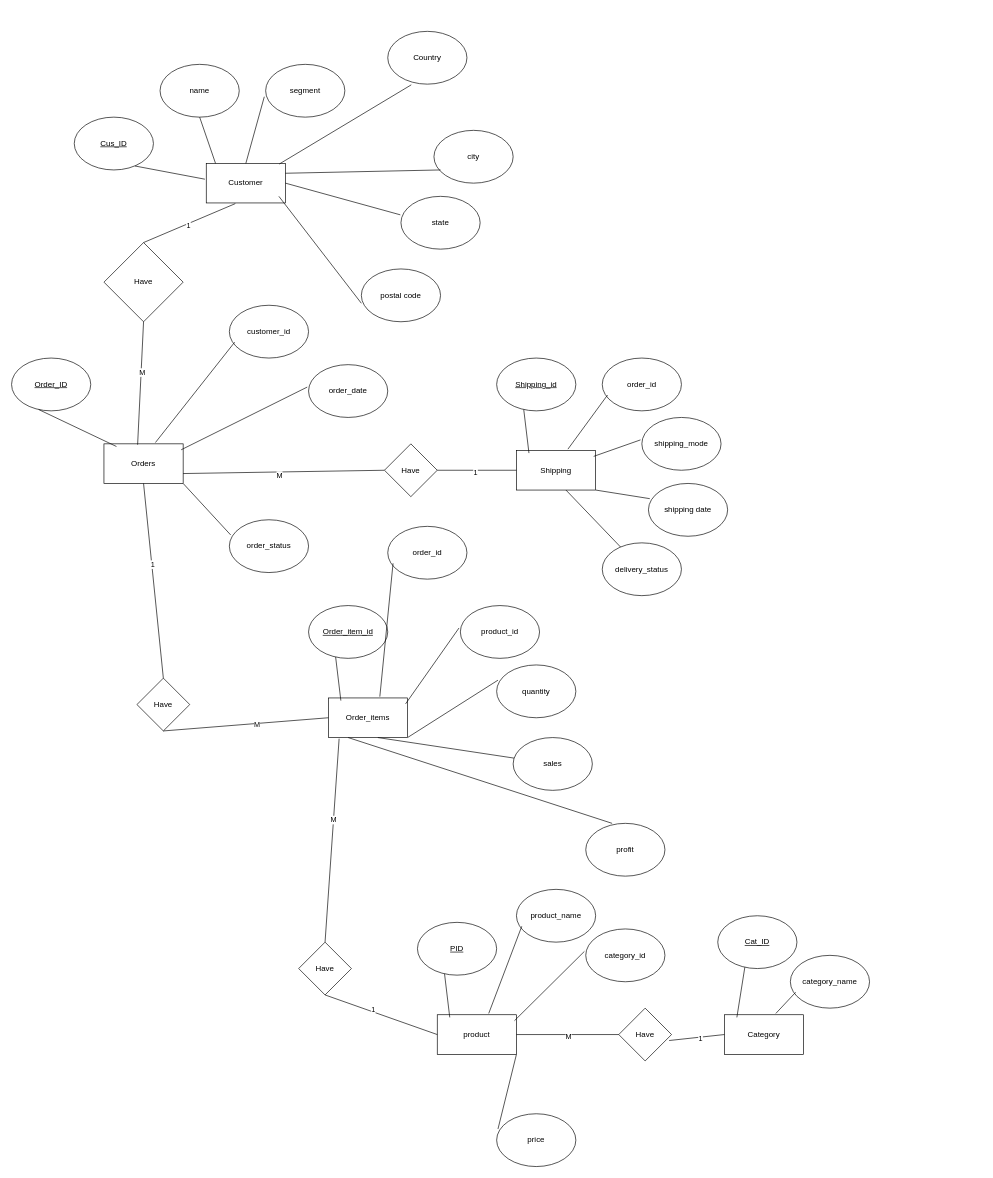
LLWICK/Data-Warehouse-Project---DataCo-SMART-SUPPLY-CHAIN keeps this draw.io diagram as Diagrams/ER.drawio. Above is the earlier version. Source tidied: cells renumbered, new cells numbered last; positions are measured from the earlier drawing's top-left corner, leaving out a move shared by most shapes. Both pictures are drawn from the tidied source at 66%, with x=0, y=0 at pixel (11, 31).
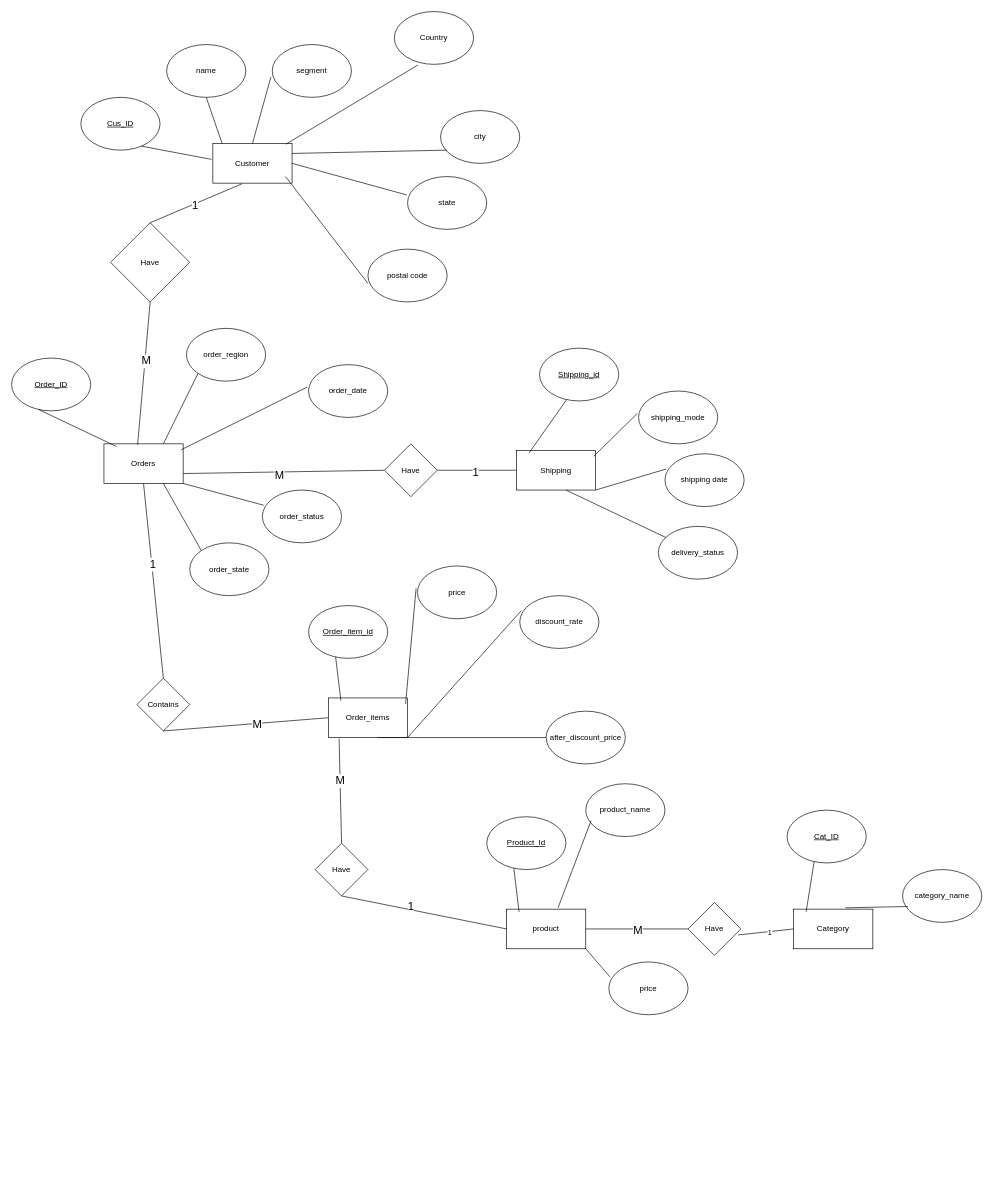
Above is the later version.

Unchanged cells that the change refers to:
```xml
<mxCell id="29" value="Orders" style="rounded=0;whiteSpace=wrap;html=1;" parent="1" vertex="1">
  <mxGeometry x="140" y="625" width="120" height="60" as="geometry" />
</mxCell>
<mxCell id="38" value="Order_items" style="rounded=0;whiteSpace=wrap;html=1;" parent="1" vertex="1">
  <mxGeometry x="480" y="1010" width="120" height="60" as="geometry" />
</mxCell>
<mxCell id="51" value="Shipping" style="rounded=0;whiteSpace=wrap;html=1;" parent="1" vertex="1">
  <mxGeometry x="765" y="635" width="120" height="60" as="geometry" />
</mxCell>
<mxCell id="63" style="endArrow=none;html=1;rounded=0;exitX=0.5;exitY=0;exitDx=0;exitDy=0;entryX=0.367;entryY=1.017;entryDx=0;entryDy=0;entryPerimeter=0;" parent="1" edge="1" source="62" target="2">
  <mxGeometry relative="1" as="geometry" />
</mxCell>
<mxCell id="65" style="endArrow=none;html=1;rounded=0;exitX=0.5;exitY=1;exitDx=0;exitDy=0;entryX=0.425;entryY=0.022;entryDx=0;entryDy=0;entryPerimeter=0;" parent="1" edge="1" source="62" target="29">
  <mxGeometry relative="1" as="geometry" />
</mxCell>
<mxCell id="68" style="endArrow=none;html=1;rounded=0;entryX=0.5;entryY=1;entryDx=0;entryDy=0;exitX=0.5;exitY=0;exitDx=0;exitDy=0;" parent="1" edge="1" source="67" target="29">
  <mxGeometry relative="1" as="geometry" />
</mxCell>
<mxCell id="70" style="endArrow=none;html=1;rounded=0;entryX=0.5;entryY=1;entryDx=0;entryDy=0;exitX=0;exitY=0.5;exitDx=0;exitDy=0;" parent="1" edge="1" source="38" target="67">
  <mxGeometry relative="1" as="geometry" />
</mxCell>
<mxCell id="72" style="endArrow=none;html=1;rounded=0;exitX=0.5;exitY=0;exitDx=0;exitDy=0;entryX=0.136;entryY=1.028;entryDx=0;entryDy=0;entryPerimeter=0;" parent="1" edge="1" source="74" target="38">
  <mxGeometry relative="1" as="geometry" />
</mxCell>
<mxCell id="75" style="endArrow=none;html=1;rounded=0;entryX=0.5;entryY=1;entryDx=0;entryDy=0;exitX=0;exitY=0.5;exitDx=0;exitDy=0;" parent="1" edge="1" source="15" target="74">
  <mxGeometry relative="1" as="geometry" />
</mxCell>
<mxCell id="78" style="endArrow=none;html=1;rounded=0;entryX=1;entryY=0.5;entryDx=0;entryDy=0;exitX=0;exitY=0.5;exitDx=0;exitDy=0;" parent="1" edge="1" source="77" target="15">
  <mxGeometry relative="1" as="geometry" />
</mxCell>
<mxCell id="83" style="endArrow=none;html=1;rounded=0;exitX=1;exitY=0.75;exitDx=0;exitDy=0;entryX=0;entryY=0.5;entryDx=0;entryDy=0;" parent="1" edge="1" source="29" target="82">
  <mxGeometry relative="1" as="geometry" />
</mxCell>
<mxCell id="85" style="endArrow=none;html=1;rounded=0;exitX=1;exitY=0.5;exitDx=0;exitDy=0;entryX=0;entryY=0.5;entryDx=0;entryDy=0;" parent="1" edge="1" source="82" target="51">
  <mxGeometry relative="1" as="geometry" />
</mxCell>
```

The edit, as a diff of the source:
```diff
@@
     <mxCell id="2" value="Customer" style="rounded=0;whiteSpace=wrap;html=1;" parent="1" vertex="1">
-      <mxGeometry x="295" y="200" width="120" height="60" as="geometry" />
+      <mxGeometry x="305" y="170" width="120" height="60" as="geometry" />
     </mxCell>
     <mxCell id="3" value="&lt;u&gt;Cus_ID&lt;/u&gt;" style="ellipse;whiteSpace=wrap;html=1;" parent="1" vertex="1">
-      <mxGeometry x="95" y="130" width="120" height="80" as="geometry" />
+      <mxGeometry x="105" y="100" width="120" height="80" as="geometry" />
     </mxCell>
     <mxCell id="4" value="name" style="ellipse;whiteSpace=wrap;html=1;" parent="1" vertex="1">
-      <mxGeometry x="225" y="50" width="120" height="80" as="geometry" />
+      <mxGeometry x="235" y="20" width="120" height="80" as="geometry" />
     </mxCell>
     <mxCell id="5" value="segment" style="ellipse;whiteSpace=wrap;html=1;" parent="1" vertex="1">
-      <mxGeometry x="385" y="50" width="120" height="80" as="geometry" />
+      <mxGeometry x="395" y="20" width="120" height="80" as="geometry" />
     </mxCell>
     <mxCell id="6" value="city" style="ellipse;whiteSpace=wrap;html=1;" parent="1" vertex="1">
-      <mxGeometry x="640" y="150" width="120" height="80" as="geometry" />
+      <mxGeometry x="650" y="120" width="120" height="80" as="geometry" />
     </mxCell>
     <mxCell id="7" value="state" style="ellipse;whiteSpace=wrap;html=1;" parent="1" vertex="1">
-      <mxGeometry x="590" y="250" width="120" height="80" as="geometry" />
+      <mxGeometry x="600" y="220" width="120" height="80" as="geometry" />
     </mxCell>
     <mxCell id="8" value="postal code" style="ellipse;whiteSpace=wrap;html=1;" parent="1" vertex="1">
-      <mxGeometry x="530" y="360" width="120" height="80" as="geometry" />
+      <mxGeometry x="540" y="330" width="120" height="80" as="geometry" />
     </mxCell>
@@
     <mxCell id="15" value="product" style="rounded=0;whiteSpace=wrap;html=1;" parent="1" vertex="1">
-      <mxGeometry x="645" y="1490" width="120" height="60" as="geometry" />
+      <mxGeometry x="750" y="1330" width="120" height="60" as="geometry" />
     </mxCell>
-    <mxCell id="16" value="&lt;u&gt;PID&lt;/u&gt;" style="ellipse;whiteSpace=wrap;html=1;" parent="1" vertex="1">
-      <mxGeometry x="615" y="1350" width="120" height="80" as="geometry" />
+    <mxCell id="16" value="&lt;u&gt;Product_Id&lt;/u&gt;" style="ellipse;whiteSpace=wrap;html=1;" parent="1" vertex="1">
+      <mxGeometry x="720" y="1190" width="120" height="80" as="geometry" />
     </mxCell>
@@
     <mxCell id="18" value="product_name" style="ellipse;whiteSpace=wrap;html=1;" parent="1" vertex="1">
-      <mxGeometry x="765" y="1300" width="120" height="80" as="geometry" />
+      <mxGeometry x="870" y="1140" width="120" height="80" as="geometry" />
     </mxCell>
@@
-    <mxCell id="20" value="category_id" style="ellipse;whiteSpace=wrap;html=1;" parent="1" vertex="1">
-      <mxGeometry x="870" y="1360" width="120" height="80" as="geometry" />
-    </mxCell>
-    <mxCell id="21" style="endArrow=none;html=1;rounded=0;entryX=-0.017;entryY=0.425;entryDx=0;entryDy=0;entryPerimeter=0;exitX=0.975;exitY=0.15;exitDx=0;exitDy=0;exitPerimeter=0;" parent="1" edge="1" source="15" target="20">
-      <mxGeometry relative="1" as="geometry" />
-    </mxCell>
     <mxCell id="22" value="price" style="ellipse;whiteSpace=wrap;html=1;" parent="1" vertex="1">
-      <mxGeometry x="735" y="1640" width="120" height="80" as="geometry" />
+      <mxGeometry x="905" y="1410" width="120" height="80" as="geometry" />
     </mxCell>
@@
     <mxCell id="24" value="Category" style="rounded=0;whiteSpace=wrap;html=1;" parent="1" vertex="1">
-      <mxGeometry x="1080" y="1490" width="120" height="60" as="geometry" />
+      <mxGeometry x="1185" y="1330" width="120" height="60" as="geometry" />
     </mxCell>
     <mxCell id="25" value="&lt;u&gt;Cat_ID&lt;/u&gt;" style="ellipse;whiteSpace=wrap;html=1;" parent="1" vertex="1">
-      <mxGeometry x="1070" y="1340" width="120" height="80" as="geometry" />
+      <mxGeometry x="1175" y="1180" width="120" height="80" as="geometry" />
     </mxCell>
@@
     <mxCell id="27" value="category_name" style="ellipse;whiteSpace=wrap;html=1;" parent="1" vertex="1">
-      <mxGeometry x="1180" y="1400" width="120" height="80" as="geometry" />
+      <mxGeometry x="1350" y="1270" width="120" height="80" as="geometry" />
     </mxCell>
@@
-    <mxCell id="32" value="customer_id" style="ellipse;whiteSpace=wrap;html=1;" parent="1" vertex="1">
-      <mxGeometry x="330" y="415" width="120" height="80" as="geometry" />
-    </mxCell>
-    <mxCell id="33" style="endArrow=none;html=1;rounded=0;entryX=0.067;entryY=0.7;entryDx=0;entryDy=0;entryPerimeter=0;exitX=0.65;exitY=-0.033;exitDx=0;exitDy=0;exitPerimeter=0;" parent="1" edge="1" source="29" target="32">
-      <mxGeometry relative="1" as="geometry" />
-    </mxCell>
@@
     <mxCell id="36" value="order_status" style="ellipse;whiteSpace=wrap;html=1;" parent="1" vertex="1">
-      <mxGeometry x="330" y="740" width="120" height="80" as="geometry" />
+      <mxGeometry x="380" y="695" width="120" height="80" as="geometry" />
     </mxCell>
@@
-    <mxCell id="41" value="order_id" style="ellipse;whiteSpace=wrap;html=1;" parent="1" vertex="1">
-      <mxGeometry x="570" y="750" width="120" height="80" as="geometry" />
-    </mxCell>
-    <mxCell id="42" style="endArrow=none;html=1;rounded=0;entryX=0.067;entryY=0.7;entryDx=0;entryDy=0;entryPerimeter=0;exitX=0.65;exitY=-0.033;exitDx=0;exitDy=0;exitPerimeter=0;" parent="1" edge="1" source="38" target="41">
-      <mxGeometry relative="1" as="geometry" />
-    </mxCell>
-    <mxCell id="43" value="product_id" style="ellipse;whiteSpace=wrap;html=1;" parent="1" vertex="1">
-      <mxGeometry x="680" y="870" width="120" height="80" as="geometry" />
+    <mxCell id="43" value="price" style="ellipse;whiteSpace=wrap;html=1;" parent="1" vertex="1">
+      <mxGeometry x="615" y="810" width="120" height="80" as="geometry" />
     </mxCell>
@@
-    <mxCell id="45" value="quantity" style="ellipse;whiteSpace=wrap;html=1;" parent="1" vertex="1">
-      <mxGeometry x="735" y="960" width="120" height="80" as="geometry" />
+    <mxCell id="45" value="discount_rate" style="ellipse;whiteSpace=wrap;html=1;" parent="1" vertex="1">
+      <mxGeometry x="770" y="855" width="120" height="80" as="geometry" />
     </mxCell>
@@
-    <mxCell id="47" value="sales" style="ellipse;whiteSpace=wrap;html=1;" parent="1" vertex="1">
-      <mxGeometry x="760" y="1070" width="120" height="80" as="geometry" />
+    <mxCell id="47" value="after_discount_price" style="ellipse;whiteSpace=wrap;html=1;" parent="1" vertex="1">
+      <mxGeometry x="810" y="1030" width="120" height="80" as="geometry" />
     </mxCell>
-    <mxCell id="48" value="profit" style="ellipse;whiteSpace=wrap;html=1;" parent="1" vertex="1">
-      <mxGeometry x="870" y="1200" width="120" height="80" as="geometry" />
-    </mxCell>
-    <mxCell id="49" style="endArrow=none;html=1;rounded=0;entryX=0.333;entryY=0;entryDx=0;entryDy=0;entryPerimeter=0;exitX=0.25;exitY=1;exitDx=0;exitDy=0;" parent="1" edge="1" source="38" target="48">
-      <mxGeometry relative="1" as="geometry" />
-    </mxCell>
@@
     <mxCell id="52" value="&lt;u&gt;Shipping_id&lt;/u&gt;" style="ellipse;whiteSpace=wrap;html=1;" parent="1" vertex="1">
-      <mxGeometry x="735" y="495" width="120" height="80" as="geometry" />
+      <mxGeometry x="800" y="480" width="120" height="80" as="geometry" />
     </mxCell>
@@
-    <mxCell id="54" value="order_id" style="ellipse;whiteSpace=wrap;html=1;" parent="1" vertex="1">
-      <mxGeometry x="895" y="495" width="120" height="80" as="geometry" />
-    </mxCell>
-    <mxCell id="55" style="endArrow=none;html=1;rounded=0;entryX=0.067;entryY=0.7;entryDx=0;entryDy=0;entryPerimeter=0;exitX=0.65;exitY=-0.033;exitDx=0;exitDy=0;exitPerimeter=0;" parent="1" edge="1" source="51" target="54">
-      <mxGeometry relative="1" as="geometry" />
-    </mxCell>
     <mxCell id="56" value="shipping_mode" style="ellipse;whiteSpace=wrap;html=1;" parent="1" vertex="1">
-      <mxGeometry x="955" y="585" width="120" height="80" as="geometry" />
+      <mxGeometry x="950" y="545" width="120" height="80" as="geometry" />
     </mxCell>
@@
     <mxCell id="58" value="shipping date" style="ellipse;whiteSpace=wrap;html=1;" parent="1" vertex="1">
-      <mxGeometry x="965" y="685" width="120" height="80" as="geometry" />
+      <mxGeometry x="990" y="640" width="120" height="80" as="geometry" />
     </mxCell>
@@
     <mxCell id="60" value="delivery_status" style="ellipse;whiteSpace=wrap;html=1;" parent="1" vertex="1">
-      <mxGeometry x="895" y="775" width="120" height="80" as="geometry" />
+      <mxGeometry x="980" y="750" width="120" height="80" as="geometry" />
     </mxCell>
@@
     <mxCell id="62" value="Have" style="rhombus;whiteSpace=wrap;html=1;" parent="1" vertex="1">
-      <mxGeometry x="140" y="320" width="120" height="120" as="geometry" />
+      <mxGeometry x="150" y="290" width="120" height="120" as="geometry" />
     </mxCell>
@@
-    <mxCell id="64" value="1" style="edgeLabel;html=1;align=center;verticalAlign=middle;" parent="63" vertex="1">
+    <mxCell id="64" value="1" style="edgeLabel;html=1;align=center;verticalAlign=middle;fontSize=17;" parent="63" vertex="1">
       <mxGeometry x="-0.05" y="-3" relative="1" as="geometry" />
     </mxCell>
@@
-    <mxCell id="66" value="M" style="edgeLabel;html=1;align=center;verticalAlign=middle;" parent="65" vertex="1">
+    <mxCell id="66" value="M" style="edgeLabel;html=1;align=center;verticalAlign=middle;imageWidth=50;imageHeight=50;fontSize=17;" parent="65" vertex="1">
       <mxGeometry x="-0.17" y="1" relative="1" as="geometry" />
     </mxCell>
-    <mxCell id="67" value="Have" style="rhombus;whiteSpace=wrap;html=1;" parent="1" vertex="1">
+    <mxCell id="67" value="Contains" style="rhombus;whiteSpace=wrap;html=1;" parent="1" vertex="1">
       <mxGeometry x="190" y="980" width="80" height="80" as="geometry" />
     </mxCell>
@@
-    <mxCell id="69" value="1" style="edgeLabel;html=1;align=center;verticalAlign=middle;" parent="68" vertex="1">
+    <mxCell id="69" value="1" style="edgeLabel;html=1;align=center;verticalAlign=middle;fontSize=17;" parent="68" vertex="1">
       <mxGeometry x="0.17" y="-1" relative="1" as="geometry" />
     </mxCell>
@@
-    <mxCell id="71" value="M" style="edgeLabel;html=1;align=center;verticalAlign=middle;" parent="70" vertex="1">
+    <mxCell id="71" value="M" style="edgeLabel;html=1;align=center;verticalAlign=middle;fontSize=17;" parent="70" vertex="1">
       <mxGeometry x="-0.13" y="2" relative="1" as="geometry" />
     </mxCell>
@@
-    <mxCell id="73" value="M" style="edgeLabel;html=1;align=center;verticalAlign=middle;" parent="72" vertex="1">
+    <mxCell id="73" value="M" style="edgeLabel;html=1;align=center;verticalAlign=middle;fontSize=17;" parent="72" vertex="1">
       <mxGeometry x="0.21" relative="1" as="geometry">
         <mxPoint y="1" as="offset" />
       </mxGeometry>
     </mxCell>
     <mxCell id="74" value="Have" style="rhombus;whiteSpace=wrap;html=1;" parent="1" vertex="1">
-      <mxGeometry x="435" y="1380" width="80" height="80" as="geometry" />
+      <mxGeometry x="460" y="1230" width="80" height="80" as="geometry" />
     </mxCell>
@@
-    <mxCell id="76" value="1" style="edgeLabel;html=1;align=center;verticalAlign=middle;" parent="75" vertex="1">
+    <mxCell id="76" value="1" style="edgeLabel;html=1;align=center;verticalAlign=middle;fontSize=17;" parent="75" vertex="1">
       <mxGeometry x="0.17" y="-4" relative="1" as="geometry" />
     </mxCell>
     <mxCell id="77" value="Have" style="rhombus;whiteSpace=wrap;html=1;" parent="1" vertex="1">
-      <mxGeometry x="920" y="1480" width="80" height="80" as="geometry" />
+      <mxGeometry x="1025" y="1320" width="80" height="80" as="geometry" />
     </mxCell>
@@
-    <mxCell id="79" value="M" style="edgeLabel;html=1;align=center;verticalAlign=middle;" parent="78" vertex="1">
+    <mxCell id="79" value="M" style="edgeLabel;html=1;align=center;verticalAlign=middle;fontSize=17;" parent="78" vertex="1">
       <mxGeometry x="-0.01" y="2" relative="1" as="geometry" />
     </mxCell>
@@
-    <mxCell id="84" value="M" style="edgeLabel;html=1;align=center;verticalAlign=middle;" parent="83" vertex="1">
+    <mxCell id="84" value="M" style="edgeLabel;html=1;align=center;verticalAlign=middle;fontSize=17;" parent="83" vertex="1">
       <mxGeometry x="-0.05" y="-5" relative="1" as="geometry" />
     </mxCell>
@@
-    <mxCell id="86" value="1" style="edgeLabel;html=1;align=center;verticalAlign=middle;" parent="85" vertex="1">
+    <mxCell id="86" value="1" style="edgeLabel;html=1;align=center;verticalAlign=middle;fontSize=17;" parent="85" vertex="1">
       <mxGeometry x="-0.03" y="-3" relative="1" as="geometry">
         <mxPoint x="-1" as="offset" />
       </mxGeometry>
     </mxCell>
     <mxCell id="87" value="Country" style="ellipse;whiteSpace=wrap;html=1;" parent="1" vertex="1">
-      <mxGeometry x="570" width="120" height="80" as="geometry" />
+      <mxGeometry x="580" y="-30" width="120" height="80" as="geometry" />
     </mxCell>
@@
+    <mxCell id="89" value="order_state" style="ellipse;whiteSpace=wrap;html=1;" parent="1" vertex="1">
+      <mxGeometry x="270" y="775" width="120" height="80" as="geometry" />
+    </mxCell>
+    <mxCell id="90" style="endArrow=none;html=1;rounded=0;entryX=0;entryY=0;entryDx=0;entryDy=0;exitX=0.75;exitY=1;exitDx=0;exitDy=0;" parent="1" edge="1" source="29" target="89">
+      <mxGeometry relative="1" as="geometry" />
+    </mxCell>
+    <mxCell id="91" value="order_region" style="ellipse;whiteSpace=wrap;html=1;" parent="1" vertex="1">
+      <mxGeometry x="265" y="450" width="120" height="80" as="geometry" />
+    </mxCell>
+    <mxCell id="92" style="endArrow=none;html=1;rounded=0;exitX=0.75;exitY=0;exitDx=0;exitDy=0;entryX=0;entryY=1;entryDx=0;entryDy=0;" parent="1" edge="1" source="29" target="91">
+      <mxGeometry relative="1" as="geometry" />
+    </mxCell>
```
